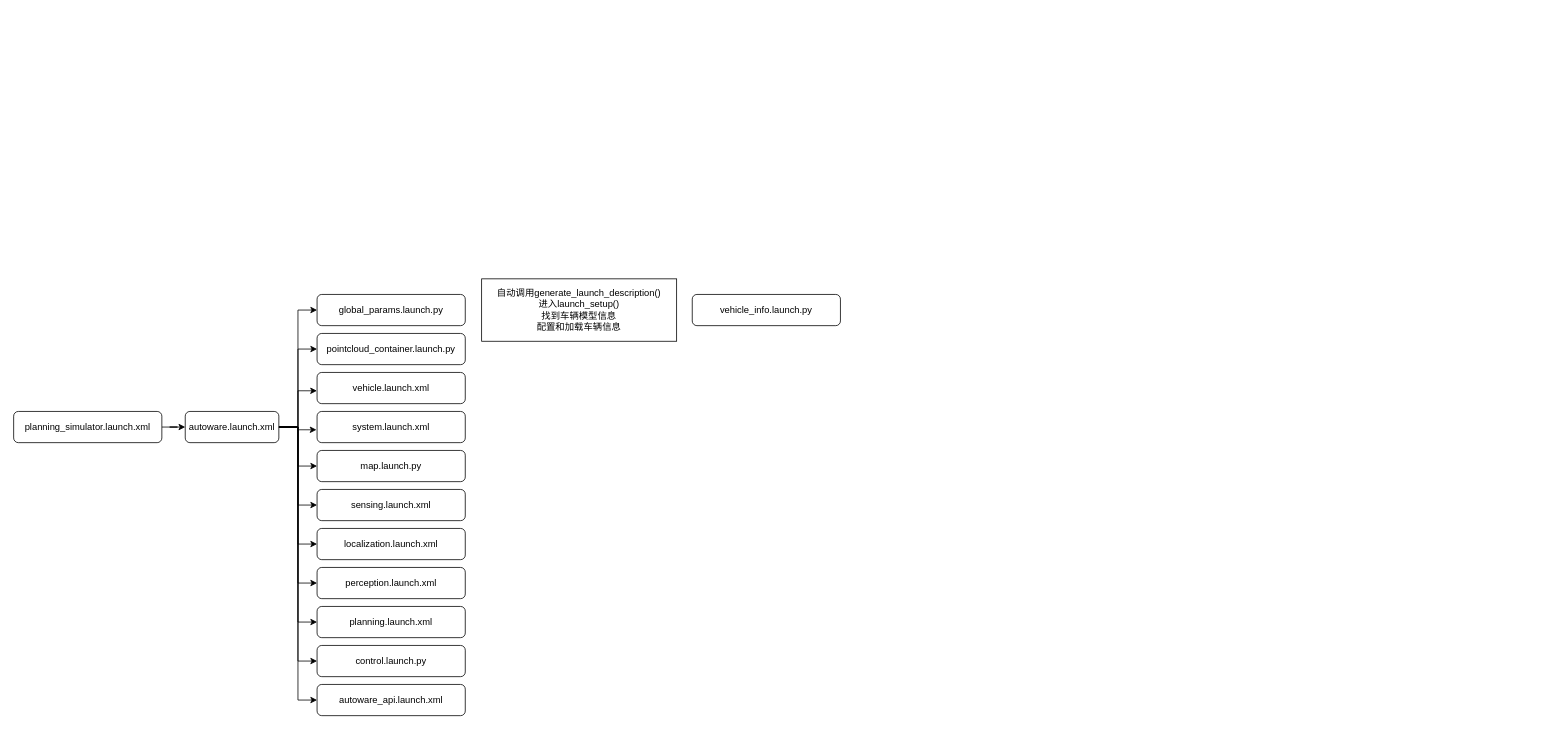
Before: autoware_launch.drawio in countsp/byd_autoware, a draw.io diagram. Source tidied: cells renumbered, new cells numbered last; positions are measured from the earlier drawing's top-left corner, leaving out a move shared by most shapes. Both pictures are drawn from the tidied source at 78%, with x=0, y=0 at pixel (13, 278).
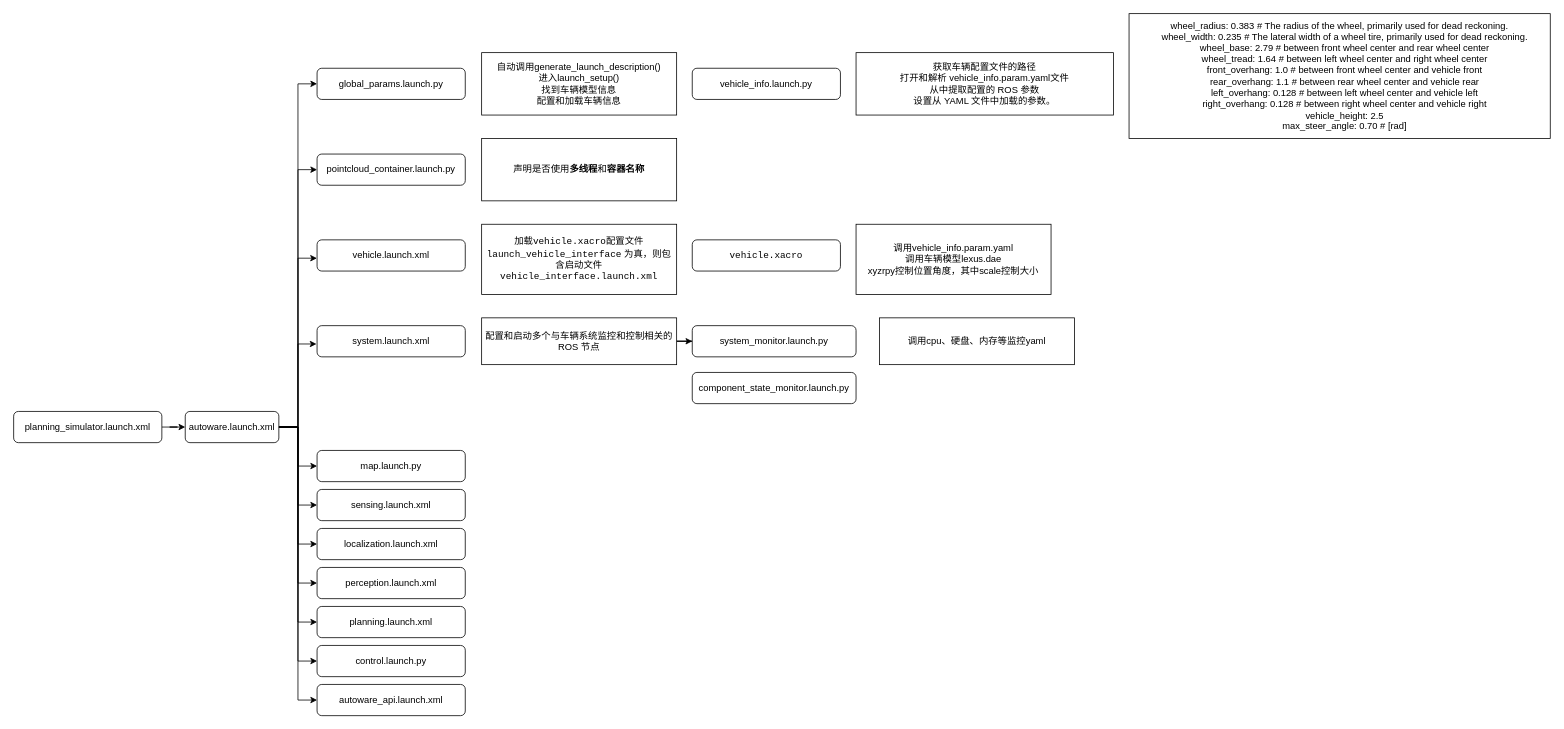
The same diagram, later.

Change to the diagram source:
```diff
@@
     <mxCell id="14" value="global_params.launch.py" style="rounded=1;whiteSpace=wrap;html=1;fontSize=12;glass=0;strokeWidth=1;shadow=0;" parent="1" vertex="1">
-      <mxGeometry x="389" y="20" width="190" height="40" as="geometry" />
+      <mxGeometry x="389" y="-270" width="190" height="40" as="geometry" />
     </mxCell>
     <mxCell id="15" value="pointcloud_container.launch.py" style="rounded=1;whiteSpace=wrap;html=1;fontSize=12;glass=0;strokeWidth=1;shadow=0;" parent="1" vertex="1">
-      <mxGeometry x="389" y="70" width="190" height="40" as="geometry" />
+      <mxGeometry x="389" y="-160" width="190" height="40" as="geometry" />
     </mxCell>
     <mxCell id="16" value="vehicle.launch.xml" style="rounded=1;whiteSpace=wrap;html=1;fontSize=12;glass=0;strokeWidth=1;shadow=0;" parent="1" vertex="1">
-      <mxGeometry x="389" y="120" width="190" height="40" as="geometry" />
+      <mxGeometry x="389" y="-50" width="190" height="40" as="geometry" />
     </mxCell>
     <mxCell id="17" value="system.launch.xml" style="rounded=1;whiteSpace=wrap;html=1;fontSize=12;glass=0;strokeWidth=1;shadow=0;" parent="1" vertex="1">
-      <mxGeometry x="389" y="170" width="190" height="40" as="geometry" />
+      <mxGeometry x="389" y="60" width="190" height="40" as="geometry" />
     </mxCell>
@@
     <mxCell id="27" value="&lt;div&gt;自动调用generate_launch_description()&lt;/div&gt;&lt;div&gt;进入launch_setup()&lt;/div&gt;&lt;div&gt;找到车辆模型信息&lt;br&gt;&lt;/div&gt;&lt;div&gt;配置和加载车辆信息&lt;/div&gt;" style="rounded=0;whiteSpace=wrap;html=1;" parent="1" vertex="1">
-      <mxGeometry x="600" width="250" height="80" as="geometry" />
+      <mxGeometry x="600" y="-290" width="250" height="80" as="geometry" />
     </mxCell>
     <mxCell id="28" value="vehicle_info.launch.py" style="rounded=1;whiteSpace=wrap;html=1;fontSize=12;glass=0;strokeWidth=1;shadow=0;" parent="1" vertex="1">
-      <mxGeometry x="870" y="20" width="190" height="40" as="geometry" />
+      <mxGeometry x="870" y="-270" width="190" height="40" as="geometry" />
     </mxCell>
+    <mxCell id="29" value="&lt;div&gt;获取车辆配置文件的路径&lt;/div&gt;&lt;div&gt;打开和解析 vehicle_info.param.yaml文件&lt;/div&gt;&lt;div&gt;从中提取配置的 ROS 参数&lt;/div&gt;&lt;div&gt;设置从 YAML 文件中加载的参数。&lt;/div&gt;" style="rounded=0;whiteSpace=wrap;html=1;" parent="1" vertex="1">
+      <mxGeometry x="1080" y="-290" width="330" height="80" as="geometry" />
+    </mxCell>
+    <mxCell id="30" value="wheel_radius: 0.383 # The radius of the wheel, primarily used for dead reckoning.&lt;br&gt;&amp;nbsp;&amp;nbsp;&amp;nbsp; wheel_width: 0.235 # The lateral width of a wheel tire, primarily used for dead reckoning.&lt;br&gt;&amp;nbsp;&amp;nbsp;&amp;nbsp; wheel_base: 2.79 # between front wheel center and rear wheel center&lt;br&gt;&amp;nbsp;&amp;nbsp;&amp;nbsp; wheel_tread: 1.64 # between left wheel center and right wheel center&lt;br&gt;&amp;nbsp;&amp;nbsp;&amp;nbsp; front_overhang: 1.0 # between front wheel center and vehicle front&lt;br&gt;&amp;nbsp;&amp;nbsp;&amp;nbsp; rear_overhang: 1.1 # between rear wheel center and vehicle rear&lt;br&gt;&amp;nbsp;&amp;nbsp;&amp;nbsp; left_overhang: 0.128 # between left wheel center and vehicle left&lt;br&gt;&amp;nbsp;&amp;nbsp;&amp;nbsp; right_overhang: 0.128 # between right wheel center and vehicle right&lt;br&gt;&amp;nbsp;&amp;nbsp;&amp;nbsp; vehicle_height: 2.5&lt;br&gt;&amp;nbsp;&amp;nbsp;&amp;nbsp; max_steer_angle: 0.70 # [rad]" style="rounded=0;whiteSpace=wrap;html=1;" parent="1" vertex="1">
+      <mxGeometry x="1430" y="-340" width="540" height="160" as="geometry" />
+    </mxCell>
+    <mxCell id="31" value="声明是否使用&lt;b&gt;多线程&lt;/b&gt;和&lt;b&gt;容器名称&lt;/b&gt;" style="rounded=0;whiteSpace=wrap;html=1;" parent="1" vertex="1">
+      <mxGeometry x="600" y="-180" width="250" height="80" as="geometry" />
+    </mxCell>
+    <mxCell id="32" value="&lt;div&gt;&lt;code&gt;加载vehicle.xacro配置文件&lt;/code&gt;&lt;/div&gt;&lt;div&gt;&lt;code&gt;launch_vehicle_interface&lt;/code&gt; 为真，则包含启动文件 &lt;code&gt;vehicle_interface.launch.xml&lt;/code&gt;&lt;/div&gt;" style="rounded=0;whiteSpace=wrap;html=1;" parent="1" vertex="1">
+      <mxGeometry x="600" y="-70" width="250" height="90" as="geometry" />
+    </mxCell>
+    <mxCell id="33" value="&lt;code&gt;vehicle.xacro&lt;/code&gt;" style="rounded=1;whiteSpace=wrap;html=1;fontSize=12;glass=0;strokeWidth=1;shadow=0;" parent="1" vertex="1">
+      <mxGeometry x="870" y="-50" width="190" height="40" as="geometry" />
+    </mxCell>
+    <mxCell id="34" value="&lt;div&gt;调用vehicle_info.param.yaml&lt;/div&gt;&lt;div&gt;调用车辆模型lexus.dae&lt;/div&gt;&lt;div&gt;xyzrpy控制位置角度，其中scale控制大小&lt;br&gt;&lt;/div&gt;" style="rounded=0;whiteSpace=wrap;html=1;" parent="1" vertex="1">
+      <mxGeometry x="1080" y="-70" width="250" height="90" as="geometry" />
+    </mxCell>
+    <mxCell id="35" style="edgeStyle=orthogonalEdgeStyle;rounded=0;jettySize=auto;html=1;" parent="1" edge="1" source="36" target="37">
+      <mxGeometry relative="1" as="geometry" />
+    </mxCell>
+    <mxCell id="36" value="配置和启动多个与车辆系统监控和控制相关的 ROS 节点" style="rounded=0;whiteSpace=wrap;html=1;" parent="1" vertex="1">
+      <mxGeometry x="600" y="50" width="250" height="60" as="geometry" />
+    </mxCell>
+    <mxCell id="37" value="system_monitor.launch.py" style="rounded=1;whiteSpace=wrap;html=1;fontSize=12;glass=0;strokeWidth=1;shadow=0;" parent="1" vertex="1">
+      <mxGeometry x="870" y="60" width="210" height="40" as="geometry" />
+    </mxCell>
+    <mxCell id="38" value="调用cpu、硬盘、内存等监控yaml" style="rounded=0;whiteSpace=wrap;html=1;" parent="1" vertex="1">
+      <mxGeometry x="1110" y="50" width="250" height="60" as="geometry" />
+    </mxCell>
+    <mxCell id="39" value="component_state_monitor.launch.py" style="rounded=1;whiteSpace=wrap;html=1;fontSize=12;glass=0;strokeWidth=1;shadow=0;" parent="1" vertex="1">
+      <mxGeometry x="870" y="120" width="210" height="40" as="geometry" />
+    </mxCell>
```
